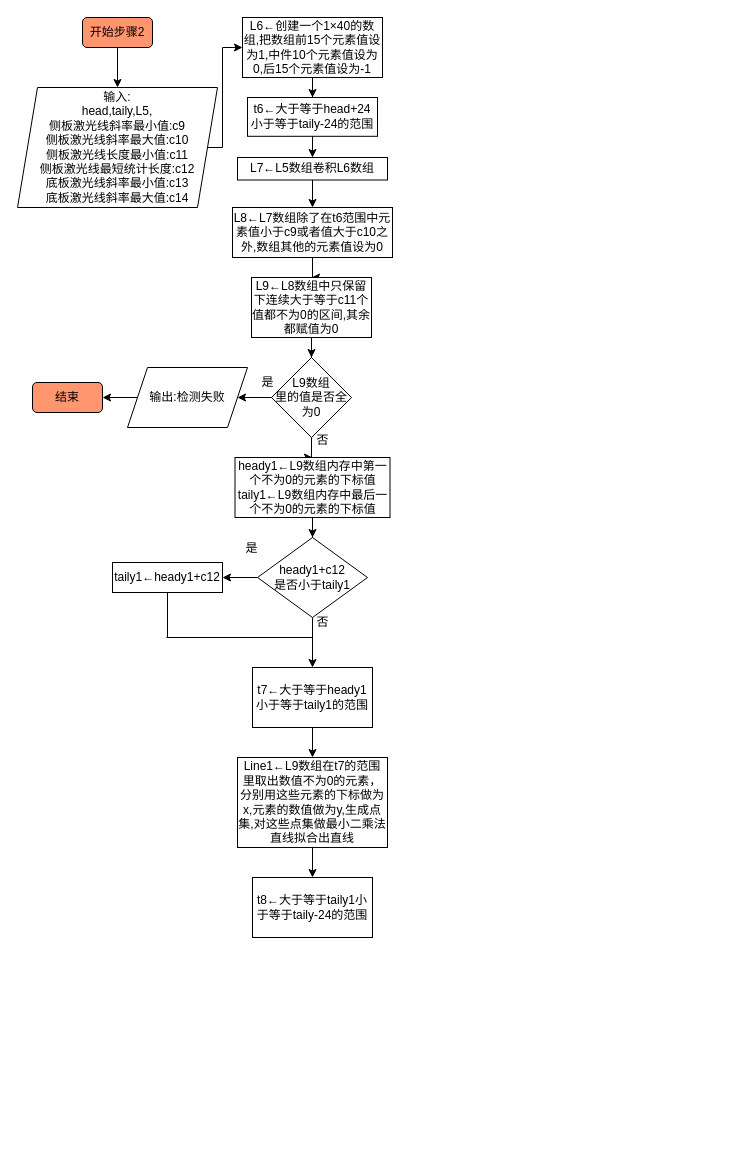
The draw.io diagram 未命名绘图1.drawio in qubo188612/Visio, before the edit. Source tidied: cells renumbered, new cells numbered last; positions are measured from the earlier drawing's top-left corner, leaving out a move shared by most shapes. Both pictures are drawn from the tidied source at 100%, with x=0, y=0 at pixel (17, 17).
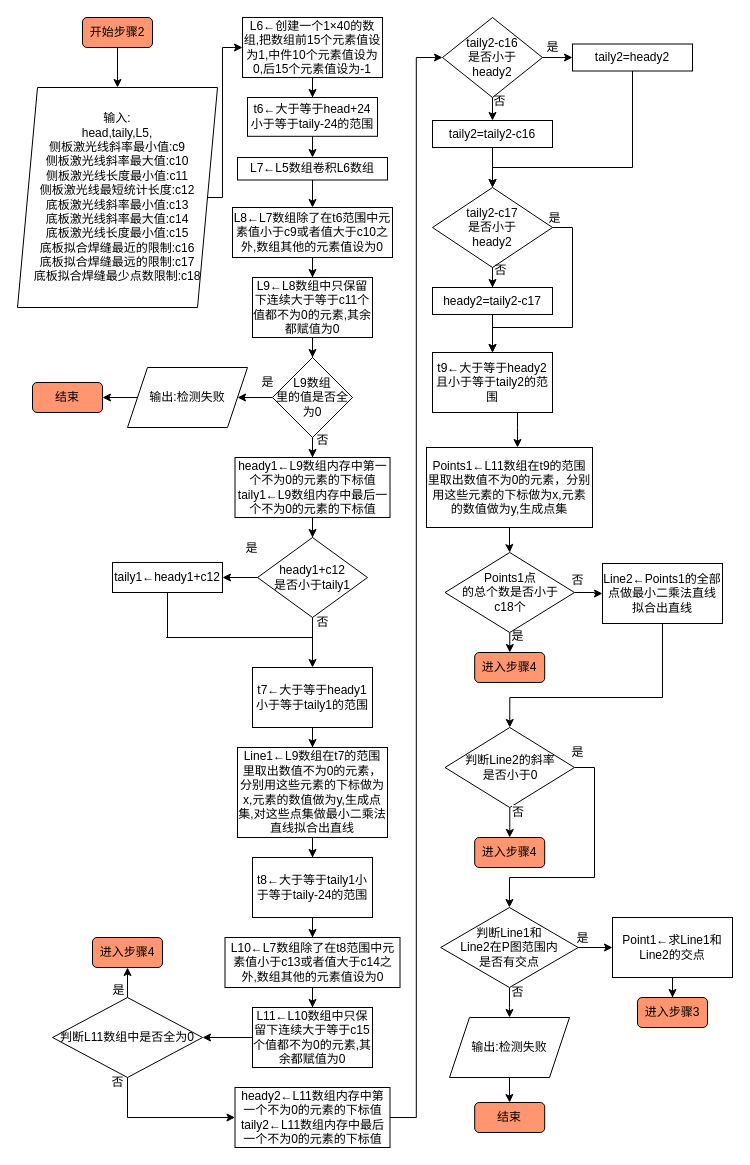
The same diagram, later.

Commit message:
更新未命名绘图1.drawio

The change refers to these unchanged cells:
```xml
<mxCell id="3" value="L6←创建一个1×40的数组,把数组前15个元素值设为1,中件10个元素值设为0,后15个元素值设为-1" style="rounded=0;whiteSpace=wrap;html=1;" parent="1" vertex="1">
  <mxGeometry x="225" width="140" height="60" as="geometry" />
</mxCell>
```

What changed in the source:
```diff
@@
-    <mxCell id="10" style="edgeStyle=orthogonalEdgeStyle;rounded=0;jettySize=auto;html=1;exitX=1;exitY=0.5;exitDx=0;exitDy=0;entryX=0;entryY=0.5;entryDx=0;entryDy=0;endArrow=classic;endFill=1;" parent="1" edge="1" source="11" target="3">
+    <mxCell id="10" style="edgeStyle=orthogonalEdgeStyle;rounded=0;jettySize=auto;html=1;entryX=0;entryY=0.5;entryDx=0;entryDy=0;endArrow=classic;endFill=1;" parent="1" edge="1" source="11" target="3">
       <mxGeometry relative="1" as="geometry">
         <Array as="points">
-          <mxPoint x="205" y="130" />
+          <mxPoint x="205" y="180" />
           <mxPoint x="205" y="30" />
         </Array>
       </mxGeometry>
     </mxCell>
-    <mxCell id="11" value="输入:&lt;br&gt;head,taily,L5,&lt;br&gt;侧板激光线斜率最小值:c9&lt;br style=&quot;border-color: var(--border-color);&quot;&gt;侧板激光线斜率最大值:c10&lt;br&gt;侧板激光线长度最小值:c11&lt;br&gt;侧板激光线最短统计长度:c12&lt;br&gt;底板激光线斜率最小值:c13&lt;br&gt;底板激光线斜率最大值:c14" style="shape=parallelogram;perimeter=parallelogramPerimeter;whiteSpace=wrap;html=1;fixedSize=1;" parent="1" vertex="1">
-      <mxGeometry y="70" width="200" height="120" as="geometry" />
+    <mxCell id="11" value="输入:&lt;br&gt;head,taily,L5,&lt;br&gt;侧板激光线斜率最小值:c9&lt;br style=&quot;border-color: var(--border-color);&quot;&gt;侧板激光线斜率最大值:c10&lt;br&gt;侧板激光线长度最小值:c11&lt;br&gt;侧板激光线最短统计长度:c12&lt;br&gt;底板激光线斜率最小值:c13&lt;br&gt;底板激光线斜率最大值:c14&lt;br&gt;底板激光线长度最小值:c15&lt;br&gt;底板拟合焊缝最近的限制:c16&lt;br&gt;底板拟合焊缝最远的限制:c17&lt;br&gt;底板拟合焊缝最少点数限制:c18" style="shape=parallelogram;perimeter=parallelogramPerimeter;whiteSpace=wrap;html=1;fixedSize=1;" parent="1" vertex="1">
+      <mxGeometry y="70" width="200" height="220" as="geometry" />
     </mxCell>
@@
-    <mxCell id="13" value="L9←L8数组中只保留下连续大于等于c11个值都不为0的区间,其余都赋值为0" style="rounded=0;whiteSpace=wrap;html=1;" parent="1" vertex="1">
-      <mxGeometry x="234" y="260" width="120" height="60" as="geometry" />
+    <mxCell id="13" value="L9←L8数组中只保留下连续大于等于c11个值都不为0的元素,其余都赋值为0" style="rounded=0;whiteSpace=wrap;html=1;" parent="1" vertex="1">
+      <mxGeometry x="235" y="260" width="120" height="60" as="geometry" />
     </mxCell>
@@
     <mxCell id="16" value="L9数组&lt;br&gt;里的值是否全为0" style="rhombus;whiteSpace=wrap;html=1;" parent="1" vertex="1">
-      <mxGeometry x="254" y="340" width="80" height="80" as="geometry" />
+      <mxGeometry x="255" y="340" width="80" height="80" as="geometry" />
     </mxCell>
@@
     <mxCell id="33" value="Line1←L9数组在t7的范围里取出数值不为0的元素，分别用这些元素的下标做为x,元素的数值做为y,生成点集,对这些点集做最小二乘法直线拟合出直线" style="rounded=0;whiteSpace=wrap;html=1;" parent="1" vertex="1">
-      <mxGeometry x="220" y="740" width="150" height="90" as="geometry" />
+      <mxGeometry x="220" y="730" width="150" height="90" as="geometry" />
     </mxCell>
+    <mxCell id="39" style="edgeStyle=orthogonalEdgeStyle;rounded=0;jettySize=auto;html=1;endArrow=classic;endFill=1;" parent="1" edge="1" source="34" target="41">
+      <mxGeometry relative="1" as="geometry" />
+    </mxCell>
     <mxCell id="34" value="t8←大于等于taily1小于等于taily-24的范围" style="rounded=0;whiteSpace=wrap;html=1;" parent="1" vertex="1">
-      <mxGeometry x="235" y="860" width="120" height="60" as="geometry" />
+      <mxGeometry x="235" y="840" width="120" height="60" as="geometry" />
     </mxCell>
@@
+    <mxCell id="40" style="edgeStyle=orthogonalEdgeStyle;rounded=0;jettySize=auto;html=1;endArrow=classic;endFill=1;" parent="1" edge="1" source="41" target="43">
+      <mxGeometry relative="1" as="geometry" />
+    </mxCell>
+    <mxCell id="41" value="L10←L7数组除了在t8范围中元素值小于c13或者值大于c14之外,数组其他的元素值设为0" style="rounded=0;whiteSpace=wrap;html=1;" parent="1" vertex="1">
+      <mxGeometry x="207.5" y="920" width="175" height="50" as="geometry" />
+    </mxCell>
+    <mxCell id="42" style="edgeStyle=orthogonalEdgeStyle;rounded=0;jettySize=auto;html=1;endArrow=classic;endFill=1;" parent="1" edge="1" source="43" target="79">
+      <mxGeometry relative="1" as="geometry" />
+    </mxCell>
+    <mxCell id="43" value="L11←L10数组中只保留下连续大于等于c15个值都不为0的元素,其余都赋值为0" style="rounded=0;whiteSpace=wrap;html=1;" parent="1" vertex="1">
+      <mxGeometry x="235" y="990" width="120" height="60" as="geometry" />
+    </mxCell>
+    <mxCell id="44" style="edgeStyle=orthogonalEdgeStyle;rounded=0;jettySize=auto;html=1;exitX=1;exitY=0.5;exitDx=0;exitDy=0;entryX=0;entryY=0.5;entryDx=0;entryDy=0;endArrow=classic;endFill=1;" parent="1" edge="1" source="45" target="48">
+      <mxGeometry relative="1" as="geometry" />
+    </mxCell>
+    <mxCell id="45" value="heady2←L11数组内存中第一个不为0的元素的下标值&lt;br&gt;taily2←L11数组内存中最后一个不为0的元素的下标值" style="rounded=0;whiteSpace=wrap;html=1;" parent="1" vertex="1">
+      <mxGeometry x="217.5" y="1070" width="155" height="60" as="geometry" />
+    </mxCell>
+    <mxCell id="46" style="edgeStyle=orthogonalEdgeStyle;rounded=0;jettySize=auto;html=1;endArrow=classic;endFill=1;" parent="1" edge="1" source="48" target="50">
+      <mxGeometry relative="1" as="geometry" />
+    </mxCell>
+    <mxCell id="47" style="edgeStyle=orthogonalEdgeStyle;rounded=0;jettySize=auto;html=1;endArrow=classic;endFill=1;" parent="1" edge="1" source="48" target="53">
+      <mxGeometry relative="1" as="geometry" />
+    </mxCell>
+    <mxCell id="48" value="taily2-c16&lt;br&gt;是否小于&lt;br&gt;heady2" style="rhombus;whiteSpace=wrap;html=1;" parent="1" vertex="1">
+      <mxGeometry x="425" width="100" height="80" as="geometry" />
+    </mxCell>
+    <mxCell id="49" style="edgeStyle=orthogonalEdgeStyle;rounded=0;jettySize=auto;html=1;endArrow=classic;endFill=1;" parent="1" edge="1" source="50">
+      <mxGeometry relative="1" as="geometry">
+        <mxPoint x="475" y="170" as="targetPoint" />
+      </mxGeometry>
+    </mxCell>
+    <mxCell id="50" value="taily2=taily2-c16" style="rounded=0;whiteSpace=wrap;html=1;" parent="1" vertex="1">
+      <mxGeometry x="415" y="103" width="120" height="27" as="geometry" />
+    </mxCell>
+    <mxCell id="51" value="否" style="text;html=1;align=center;verticalAlign=middle;strokeColor=none;fillColor=none;" parent="1" vertex="1">
+      <mxGeometry x="462" y="69" width="40" height="30" as="geometry" />
+    </mxCell>
+    <mxCell id="52" style="edgeStyle=orthogonalEdgeStyle;rounded=0;jettySize=auto;html=1;entryX=0.5;entryY=0;entryDx=0;entryDy=0;endArrow=classic;endFill=1;" parent="1" edge="1" source="53">
+      <mxGeometry relative="1" as="geometry">
+        <mxPoint x="475" y="170" as="targetPoint" />
+        <Array as="points">
+          <mxPoint x="615" y="150" />
+          <mxPoint x="475" y="150" />
+        </Array>
+      </mxGeometry>
+    </mxCell>
+    <mxCell id="53" value="taily2=heady2" style="rounded=0;whiteSpace=wrap;html=1;" parent="1" vertex="1">
+      <mxGeometry x="555" y="26.5" width="120" height="27" as="geometry" />
+    </mxCell>
+    <mxCell id="54" value="是" style="text;html=1;align=center;verticalAlign=middle;strokeColor=none;fillColor=none;" parent="1" vertex="1">
+      <mxGeometry x="515" y="15" width="40" height="30" as="geometry" />
+    </mxCell>
+    <mxCell id="55" style="edgeStyle=orthogonalEdgeStyle;rounded=0;jettySize=auto;html=1;endArrow=classic;endFill=1;" parent="1" edge="1" source="57" target="59">
+      <mxGeometry relative="1" as="geometry" />
+    </mxCell>
+    <mxCell id="56" style="edgeStyle=orthogonalEdgeStyle;rounded=0;jettySize=auto;html=1;exitX=1;exitY=0.5;exitDx=0;exitDy=0;entryX=0.5;entryY=0;entryDx=0;entryDy=0;endArrow=classic;endFill=1;" parent="1" edge="1" source="57" target="63">
+      <mxGeometry relative="1" as="geometry">
+        <Array as="points">
+          <mxPoint x="555" y="210" />
+          <mxPoint x="555" y="310" />
+          <mxPoint x="475" y="310" />
+        </Array>
+      </mxGeometry>
+    </mxCell>
+    <mxCell id="57" value="taily2-c17&lt;br style=&quot;border-color: var(--border-color);&quot;&gt;是否小于&lt;br style=&quot;border-color: var(--border-color);&quot;&gt;heady2" style="rhombus;whiteSpace=wrap;html=1;" parent="1" vertex="1">
+      <mxGeometry x="415" y="170" width="120" height="80" as="geometry" />
+    </mxCell>
+    <mxCell id="58" style="edgeStyle=orthogonalEdgeStyle;rounded=0;jettySize=auto;html=1;endArrow=classic;endFill=1;" parent="1" edge="1" source="59" target="63">
+      <mxGeometry relative="1" as="geometry" />
+    </mxCell>
+    <mxCell id="59" value="heady2=taily2-c17" style="rounded=0;whiteSpace=wrap;html=1;" parent="1" vertex="1">
+      <mxGeometry x="415" y="270" width="120" height="27" as="geometry" />
+    </mxCell>
+    <mxCell id="60" value="否" style="text;html=1;align=center;verticalAlign=middle;strokeColor=none;fillColor=none;" parent="1" vertex="1">
+      <mxGeometry x="463" y="238" width="40" height="30" as="geometry" />
+    </mxCell>
+    <mxCell id="61" value="是" style="text;html=1;align=center;verticalAlign=middle;strokeColor=none;fillColor=none;" parent="1" vertex="1">
+      <mxGeometry x="517" y="186" width="40" height="30" as="geometry" />
+    </mxCell>
+    <mxCell id="62" style="edgeStyle=orthogonalEdgeStyle;rounded=0;jettySize=auto;html=1;endArrow=classic;endFill=1;" parent="1" edge="1" source="63" target="65">
+      <mxGeometry relative="1" as="geometry">
+        <Array as="points">
+          <mxPoint x="500" y="410" />
+          <mxPoint x="500" y="410" />
+        </Array>
+      </mxGeometry>
+    </mxCell>
+    <mxCell id="63" value="t9←大于等于heady2且小于等于taily2的范围" style="rounded=0;whiteSpace=wrap;html=1;" parent="1" vertex="1">
+      <mxGeometry x="415" y="335" width="120" height="60" as="geometry" />
+    </mxCell>
+    <mxCell id="64" style="edgeStyle=orthogonalEdgeStyle;rounded=0;jettySize=auto;html=1;endArrow=classic;endFill=1;" parent="1" edge="1" source="65" target="68">
+      <mxGeometry relative="1" as="geometry" />
+    </mxCell>
+    <mxCell id="65" value="Points1←L11数组在t9的范围里取出数值不为0的元素，分别用这些元素的下标做为x,元素的数值做为y,生成点集" style="rounded=0;whiteSpace=wrap;html=1;" parent="1" vertex="1">
+      <mxGeometry x="409" y="430" width="166" height="80" as="geometry" />
+    </mxCell>
+    <mxCell id="66" style="edgeStyle=orthogonalEdgeStyle;rounded=0;jettySize=auto;html=1;endArrow=classic;endFill=1;" parent="1" edge="1" source="68" target="71">
+      <mxGeometry relative="1" as="geometry" />
+    </mxCell>
+    <mxCell id="67" style="edgeStyle=orthogonalEdgeStyle;rounded=0;jettySize=auto;html=1;endArrow=classic;endFill=1;" parent="1" edge="1" source="68" target="73">
+      <mxGeometry relative="1" as="geometry" />
+    </mxCell>
+    <mxCell id="68" value="Points1点&lt;br&gt;的总个数是否小于&lt;br&gt;c18个" style="rhombus;whiteSpace=wrap;html=1;" parent="1" vertex="1">
+      <mxGeometry x="427.5" y="535" width="129.5" height="80" as="geometry" />
+    </mxCell>
+    <mxCell id="69" value="是" style="text;html=1;align=center;verticalAlign=middle;strokeColor=none;fillColor=none;" parent="1" vertex="1">
+      <mxGeometry x="480" y="604" width="40" height="30" as="geometry" />
+    </mxCell>
+    <mxCell id="70" style="edgeStyle=orthogonalEdgeStyle;rounded=0;jettySize=auto;html=1;exitX=0.5;exitY=1;exitDx=0;exitDy=0;entryX=0.5;entryY=0;entryDx=0;entryDy=0;endArrow=classic;endFill=1;" parent="1" edge="1" source="71" target="76">
+      <mxGeometry relative="1" as="geometry">
+        <Array as="points">
+          <mxPoint x="645" y="680" />
+          <mxPoint x="492" y="680" />
+        </Array>
+      </mxGeometry>
+    </mxCell>
+    <mxCell id="71" value="Line2←Points1的全部点做最小二乘法直线拟合出直线" style="rounded=0;whiteSpace=wrap;html=1;" parent="1" vertex="1">
+      <mxGeometry x="585" y="546" width="120" height="60" as="geometry" />
+    </mxCell>
+    <mxCell id="72" value="否" style="text;html=1;align=center;verticalAlign=middle;strokeColor=none;fillColor=none;" parent="1" vertex="1">
+      <mxGeometry x="540" y="548" width="40" height="30" as="geometry" />
+    </mxCell>
+    <mxCell id="73" value="进入步骤4" style="rounded=1;whiteSpace=wrap;html=1;fillColor=#FF9670;" parent="1" vertex="1">
+      <mxGeometry x="457.2" y="635" width="70" height="30" as="geometry" />
+    </mxCell>
+    <mxCell id="74" style="edgeStyle=orthogonalEdgeStyle;rounded=0;jettySize=auto;html=1;endArrow=classic;endFill=1;" parent="1" edge="1" source="76" target="83">
+      <mxGeometry relative="1" as="geometry" />
+    </mxCell>
+    <mxCell id="75" style="edgeStyle=orthogonalEdgeStyle;rounded=0;jettySize=auto;html=1;exitX=1;exitY=0.5;exitDx=0;exitDy=0;entryX=0.5;entryY=0;entryDx=0;entryDy=0;endArrow=classic;endFill=1;" parent="1" edge="1" source="76" target="88">
+      <mxGeometry relative="1" as="geometry">
+        <Array as="points">
+          <mxPoint x="577" y="750" />
+          <mxPoint x="577" y="860" />
+          <mxPoint x="492" y="860" />
+          <mxPoint x="492" y="890" />
+        </Array>
+      </mxGeometry>
+    </mxCell>
+    <mxCell id="76" value="判断Line2的斜率&lt;br&gt;是否小于0" style="rhombus;whiteSpace=wrap;html=1;" parent="1" vertex="1">
+      <mxGeometry x="427.5" y="710" width="129.5" height="80" as="geometry" />
+    </mxCell>
+    <mxCell id="77" style="edgeStyle=orthogonalEdgeStyle;rounded=0;jettySize=auto;html=1;exitX=0.5;exitY=1;exitDx=0;exitDy=0;entryX=0;entryY=0.5;entryDx=0;entryDy=0;endArrow=classic;endFill=1;" parent="1" edge="1" source="79" target="45">
+      <mxGeometry relative="1" as="geometry" />
+    </mxCell>
+    <mxCell id="78" style="edgeStyle=orthogonalEdgeStyle;rounded=0;jettySize=auto;html=1;endArrow=classic;endFill=1;" parent="1" edge="1" source="79" target="81">
+      <mxGeometry relative="1" as="geometry" />
+    </mxCell>
+    <mxCell id="79" value="判断L11数组中是否全为0" style="rhombus;whiteSpace=wrap;html=1;" parent="1" vertex="1">
+      <mxGeometry x="35" y="980" width="150" height="80" as="geometry" />
+    </mxCell>
+    <mxCell id="80" value="否" style="text;html=1;align=center;verticalAlign=middle;strokeColor=none;fillColor=none;" parent="1" vertex="1">
+      <mxGeometry x="80" y="1050" width="40" height="30" as="geometry" />
+    </mxCell>
+    <mxCell id="81" value="进入步骤4" style="rounded=1;whiteSpace=wrap;html=1;fillColor=#FF9670;" parent="1" vertex="1">
+      <mxGeometry x="75" y="920" width="70" height="30" as="geometry" />
+    </mxCell>
+    <mxCell id="82" value="是" style="text;html=1;align=center;verticalAlign=middle;strokeColor=none;fillColor=none;" parent="1" vertex="1">
+      <mxGeometry x="81" y="958" width="40" height="30" as="geometry" />
+    </mxCell>
+    <mxCell id="83" value="进入步骤4" style="rounded=1;whiteSpace=wrap;html=1;fillColor=#FF9670;" parent="1" vertex="1">
+      <mxGeometry x="457.2" y="820" width="70" height="30" as="geometry" />
+    </mxCell>
+    <mxCell id="84" value="&lt;span style=&quot;color: rgb(0, 0, 0); font-family: Helvetica; font-size: 12px; font-style: normal; font-variant-ligatures: normal; font-variant-caps: normal; font-weight: 400; letter-spacing: normal; orphans: 2; text-align: center; text-indent: 0px; text-transform: none; widows: 2; word-spacing: 0px; -webkit-text-stroke-width: 0px; background-color: rgb(251, 251, 251); text-decoration-thickness: initial; text-decoration-style: initial; text-decoration-color: initial; float: none; display: inline !important;&quot;&gt;否&lt;/span&gt;" style="text;whiteSpace=wrap;html=1;" parent="1" vertex="1">
+      <mxGeometry x="493" y="781" width="50" height="40" as="geometry" />
+    </mxCell>
+    <mxCell id="85" value="是" style="text;html=1;align=center;verticalAlign=middle;strokeColor=none;fillColor=none;" parent="1" vertex="1">
+      <mxGeometry x="540" y="720" width="40" height="30" as="geometry" />
+    </mxCell>
+    <mxCell id="86" style="edgeStyle=orthogonalEdgeStyle;rounded=0;jettySize=auto;html=1;endArrow=classic;endFill=1;" parent="1" edge="1" source="88" target="90">
+      <mxGeometry relative="1" as="geometry" />
+    </mxCell>
+    <mxCell id="87" style="edgeStyle=orthogonalEdgeStyle;rounded=0;jettySize=auto;html=1;endArrow=classic;endFill=1;" parent="1" edge="1" source="88" target="94">
+      <mxGeometry relative="1" as="geometry" />
+    </mxCell>
+    <mxCell id="88" value="判断Line1和&lt;br&gt;Line2在P图范围内&lt;br&gt;是否有交点" style="rhombus;whiteSpace=wrap;html=1;" parent="1" vertex="1">
+      <mxGeometry x="423.2" y="890" width="137.5" height="80" as="geometry" />
+    </mxCell>
+    <mxCell id="89" style="edgeStyle=orthogonalEdgeStyle;rounded=0;jettySize=auto;html=1;endArrow=classic;endFill=1;" parent="1" edge="1" source="90" target="92">
+      <mxGeometry relative="1" as="geometry" />
+    </mxCell>
+    <mxCell id="90" value="输出:检测失败" style="shape=parallelogram;perimeter=parallelogramPerimeter;whiteSpace=wrap;html=1;fixedSize=1;" parent="1" vertex="1">
+      <mxGeometry x="432" y="1000" width="120" height="60" as="geometry" />
+    </mxCell>
+    <mxCell id="91" value="否" style="text;html=1;align=center;verticalAlign=middle;strokeColor=none;fillColor=none;" parent="1" vertex="1">
+      <mxGeometry x="480" y="960" width="40" height="30" as="geometry" />
+    </mxCell>
+    <mxCell id="92" value="结束" style="rounded=1;whiteSpace=wrap;html=1;fillColor=#FF9670;" parent="1" vertex="1">
+      <mxGeometry x="457.2" y="1085" width="70" height="30" as="geometry" />
+    </mxCell>
+    <mxCell id="93" style="edgeStyle=orthogonalEdgeStyle;rounded=0;jettySize=auto;html=1;endArrow=classic;endFill=1;" parent="1" edge="1" source="94" target="96">
+      <mxGeometry relative="1" as="geometry" />
+    </mxCell>
+    <mxCell id="94" value="Point1←求Line1和Line2的交点" style="rounded=0;whiteSpace=wrap;html=1;" parent="1" vertex="1">
+      <mxGeometry x="595" y="900" width="120" height="60" as="geometry" />
+    </mxCell>
+    <mxCell id="95" value="是" style="text;html=1;align=center;verticalAlign=middle;strokeColor=none;fillColor=none;" parent="1" vertex="1">
+      <mxGeometry x="545" y="906" width="40" height="30" as="geometry" />
+    </mxCell>
+    <mxCell id="96" value="进入步骤3" style="rounded=1;whiteSpace=wrap;html=1;fillColor=#FF9670;" parent="1" vertex="1">
+      <mxGeometry x="620" y="980" width="70" height="30" as="geometry" />
+    </mxCell>
```
